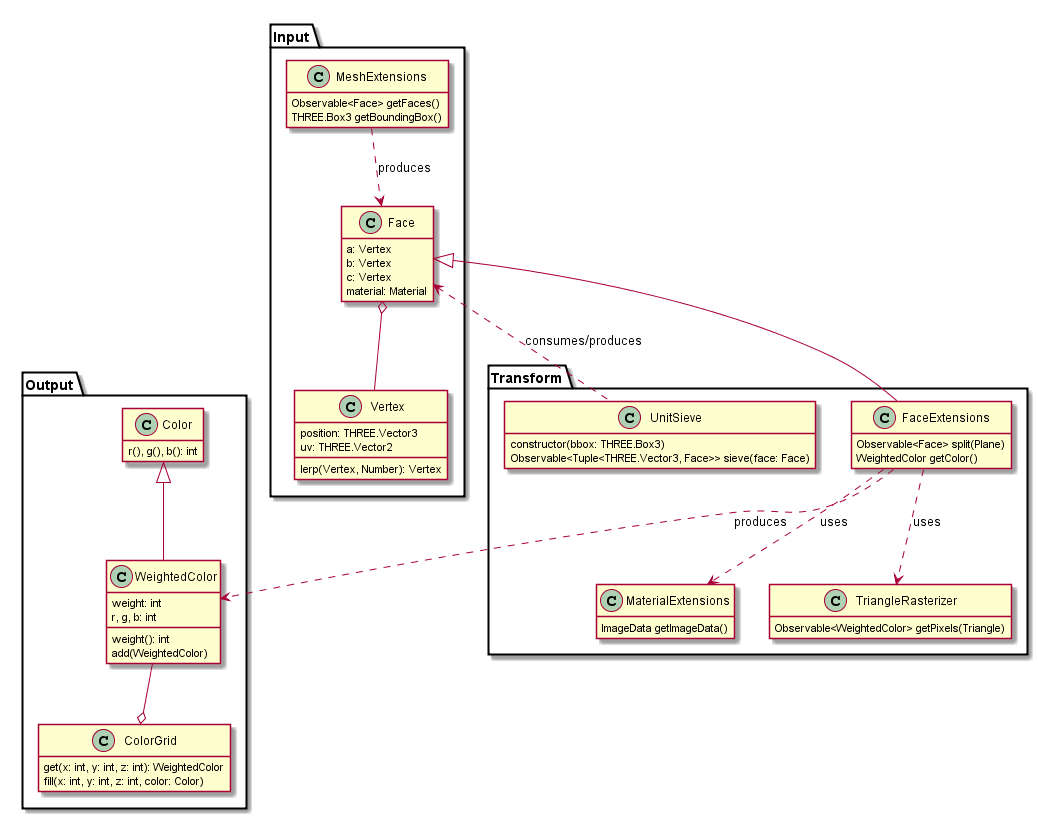
Lotes/voxelify keeps this PlantUML diagram as doc/uml/core.puml.png. Above is the earlier version. Source of this version:
```plantuml
@startuml
hide empty fields
hide empty methods

package Input {
  class Vertex {
    position: THREE.Vector3
    uv: THREE.Vector2
    lerp(Vertex, Number): Vertex
  }

  class Face {
    a: Vertex
    b: Vertex
    c: Vertex
    material: Material
  }

  class MeshExtensions {
    Observable<Face> getFaces()
    THREE.Box3 getBoundingBox()
  }
}

package Transform {
  class MaterialExtensions {
    ImageData getImageData()
  }

  class FaceExtensions {
    Observable<Face> split(Plane)
    WeightedColor getColor()
  }

  class TriangleRasterizer {
    Observable<WeightedColor> getPixels(Triangle)
  }

  class UnitSieve {
    constructor(bbox: THREE.Box3)
    Observable<Tuple<THREE.Vector3, Face>> sieve(face: Face)
  }
}

package Output {
  class ColorGrid {
    get(x: int, y: int, z: int): WeightedColor
    fill(x: int, y: int, z: int, color: Color)
  }

  class Color {
    r(), g(), b(): int
  }

  class WeightedColor {
    weight: int
    r, g, b: int
    weight(): int
    add(WeightedColor)
  }
}

FaceExtensions ..> MaterialExtensions: uses
FaceExtensions --|> Face
Face <.. UnitSieve : "consumes/produces"
FaceExtensions ..> WeightedColor : "produces"
FaceExtensions ..> TriangleRasterizer : "uses"
WeightedColor -up-|> Color
MeshExtensions .down.> Face : "produces"
Face o-- Vertex
WeightedColor --o ColorGrid

@enduml
```
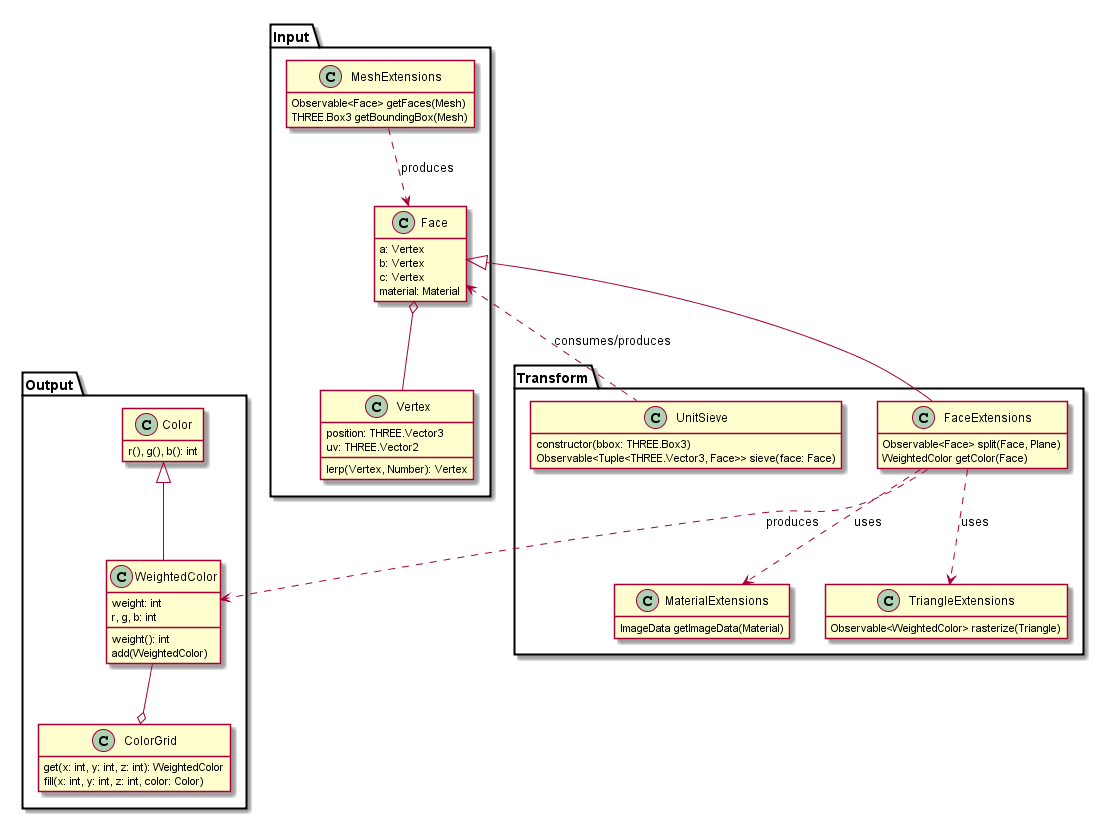
Above is the later version.

Commit message:
refactor triangle rasterizer with reactive extensions

What changed in the source:
```diff
@@ -17,23 +17,23 @@
   }
 
   class MeshExtensions {
-    Observable<Face> getFaces()
-    THREE.Box3 getBoundingBox()
+    Observable<Face> getFaces(Mesh)
+    THREE.Box3 getBoundingBox(Mesh)
   }
 }
 
 package Transform {
   class MaterialExtensions {
-    ImageData getImageData()
+    ImageData getImageData(Material)
   }
 
   class FaceExtensions {
-    Observable<Face> split(Plane)
-    WeightedColor getColor()
+    Observable<Face> split(Face, Plane)
+    WeightedColor getColor(Face)
   }
 
-  class TriangleRasterizer {
-    Observable<WeightedColor> getPixels(Triangle)
+  class TriangleExtensions {
+    Observable<WeightedColor> rasterize(Triangle)
   }
 
   class UnitSieve {
@@ -64,7 +64,7 @@
 FaceExtensions --|> Face
 Face <.. UnitSieve : "consumes/produces"
 FaceExtensions ..> WeightedColor : "produces"
-FaceExtensions ..> TriangleRasterizer : "uses"
+FaceExtensions ..> TriangleExtensions : "uses"
 WeightedColor -up-|> Color
 MeshExtensions .down.> Face : "produces"
 Face o-- Vertex
```
